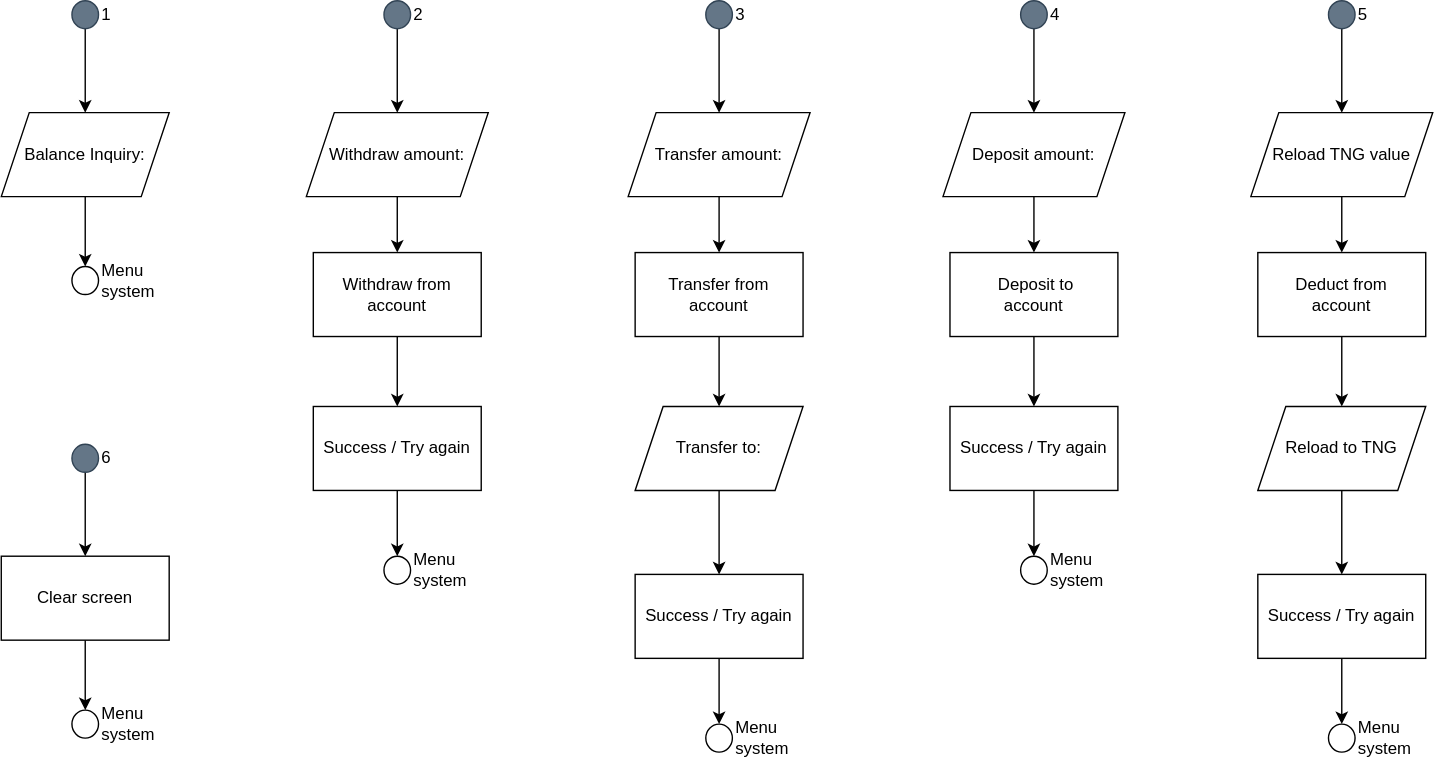
Before: flowchart diagrams/menu system.svg, a diagram exported from draw.io (bropenguin847/ATM_CPP). Source tidied: cells renumbered, new cells last; positions are measured from the earlier drawing's top-left corner, leaving out a move shared by most shapes.
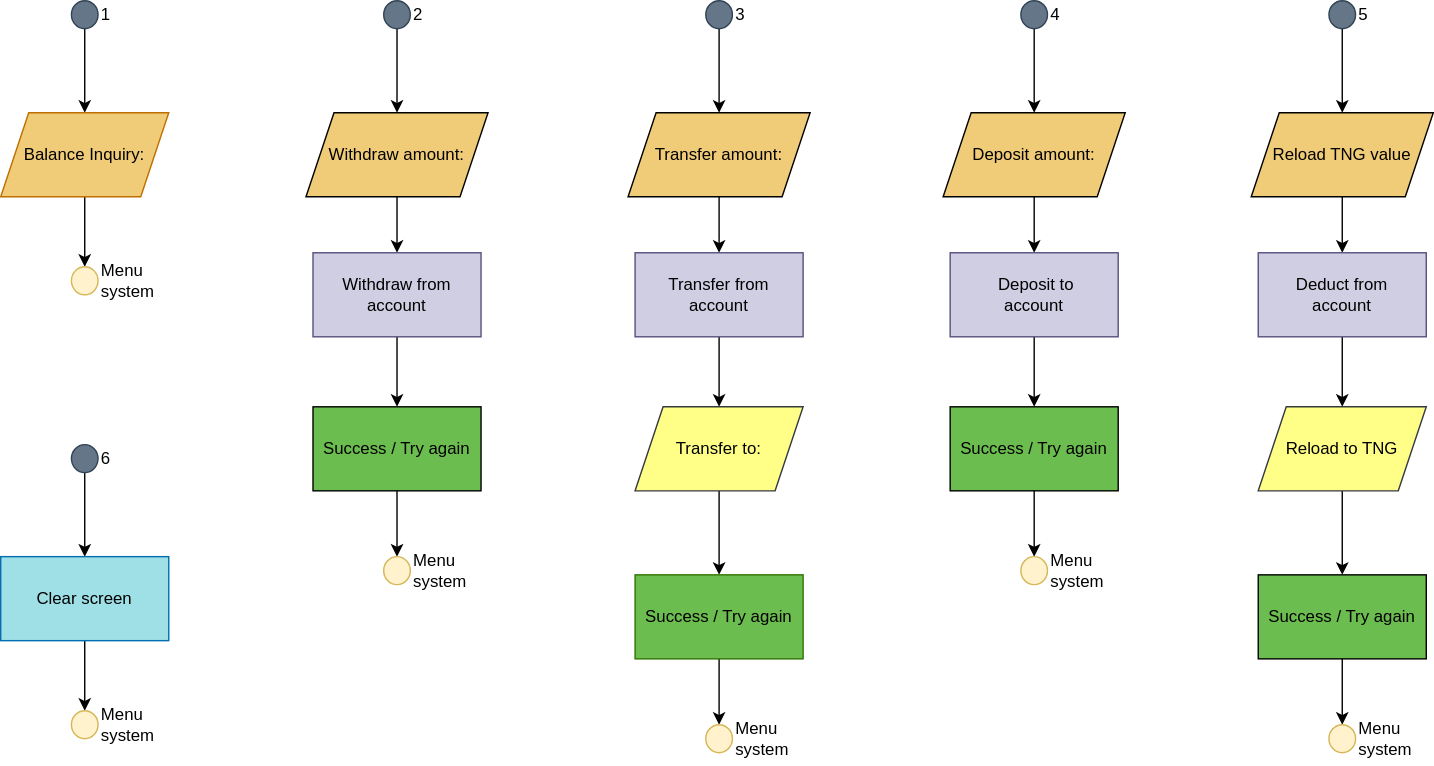
Later version of the same file.

Diff of the diagram source:
```diff
@@ -11,10 +11,10 @@
     <mxCell id="4" style="edgeStyle=orthogonalEdgeStyle;rounded=0;jettySize=auto;html=1;fontColor=#000000;" parent="1" edge="1" source="5" target="6">
       <mxGeometry relative="1" as="geometry" />
     </mxCell>
-    <mxCell id="5" value="Balance Inquiry:" style="shape=parallelogram;perimeter=parallelogramPerimeter;whiteSpace=wrap;html=1;fixedSize=1;align=center;" parent="1" vertex="1">
+    <mxCell id="5" value="Balance Inquiry:" style="shape=parallelogram;perimeter=parallelogramPerimeter;whiteSpace=wrap;html=1;fixedSize=1;align=center;fillColor=#F0CC78;fontColor=#000000;strokeColor=#BD7000;" parent="1" vertex="1">
       <mxGeometry y="80" width="120" height="60" as="geometry" />
     </mxCell>
-    <mxCell id="6" value="Menu system" style="ellipse;whiteSpace=wrap;html=1;labelPosition=right;verticalLabelPosition=middle;align=left;verticalAlign=middle;" parent="1" vertex="1">
+    <mxCell id="6" value="Menu system" style="ellipse;whiteSpace=wrap;html=1;labelPosition=right;verticalLabelPosition=middle;align=left;verticalAlign=middle;fillColor=#fff2cc;strokeColor=#d6b656;" parent="1" vertex="1">
       <mxGeometry x="50.5" y="190" width="19" height="20" as="geometry" />
     </mxCell>
     <mxCell id="7" style="edgeStyle=orthogonalEdgeStyle;rounded=0;jettySize=auto;html=1;fontColor=#000000;" parent="1" edge="1" source="8" target="10">
@@ -26,13 +26,13 @@
     <mxCell id="9" style="edgeStyle=orthogonalEdgeStyle;rounded=0;jettySize=auto;html=1;fontColor=#000000;" parent="1" edge="1" source="10" target="12">
       <mxGeometry relative="1" as="geometry" />
     </mxCell>
-    <mxCell id="10" value="Withdraw amount:" style="shape=parallelogram;perimeter=parallelogramPerimeter;whiteSpace=wrap;html=1;fixedSize=1;align=center;" parent="1" vertex="1">
+    <mxCell id="10" value="Withdraw amount:" style="shape=parallelogram;perimeter=parallelogramPerimeter;whiteSpace=wrap;html=1;fixedSize=1;align=center;fillColor=#F0CC78;" parent="1" vertex="1">
       <mxGeometry x="218" y="80" width="130" height="60" as="geometry" />
     </mxCell>
     <mxCell id="11" style="edgeStyle=orthogonalEdgeStyle;rounded=0;jettySize=auto;html=1;" parent="1" edge="1" source="12" target="30">
       <mxGeometry relative="1" as="geometry" />
     </mxCell>
-    <mxCell id="12" value="Withdraw from account" style="whiteSpace=wrap;html=1;" parent="1" vertex="1">
+    <mxCell id="12" value="Withdraw from account" style="whiteSpace=wrap;html=1;fillColor=#d0cee2;strokeColor=#56517e;" parent="1" vertex="1">
       <mxGeometry x="223" y="180" width="120" height="60" as="geometry" />
     </mxCell>
     <mxCell id="13" style="edgeStyle=orthogonalEdgeStyle;rounded=0;jettySize=auto;html=1;fontColor=#000000;" parent="1" edge="1" source="14" target="16">
@@ -44,13 +44,13 @@
     <mxCell id="15" style="edgeStyle=orthogonalEdgeStyle;rounded=0;jettySize=auto;html=1;fontColor=#000000;" parent="1" edge="1" source="16" target="18">
       <mxGeometry relative="1" as="geometry" />
     </mxCell>
-    <mxCell id="16" value="Transfer amount:" style="shape=parallelogram;perimeter=parallelogramPerimeter;whiteSpace=wrap;html=1;fixedSize=1;align=center;" parent="1" vertex="1">
+    <mxCell id="16" value="Transfer amount:" style="shape=parallelogram;perimeter=parallelogramPerimeter;whiteSpace=wrap;html=1;fixedSize=1;align=center;fillColor=#F0CC78;" parent="1" vertex="1">
       <mxGeometry x="448" y="80" width="130" height="60" as="geometry" />
     </mxCell>
     <mxCell id="17" style="edgeStyle=orthogonalEdgeStyle;rounded=0;jettySize=auto;html=1;" parent="1" edge="1" source="18" target="24">
       <mxGeometry relative="1" as="geometry" />
     </mxCell>
-    <mxCell id="18" value="Transfer from&lt;br&gt;account" style="whiteSpace=wrap;html=1;" parent="1" vertex="1">
+    <mxCell id="18" value="Transfer from&lt;br&gt;account" style="whiteSpace=wrap;html=1;fillColor=#d0cee2;strokeColor=#56517e;" parent="1" vertex="1">
       <mxGeometry x="453" y="180" width="120" height="60" as="geometry" />
     </mxCell>
     <mxCell id="19" style="edgeStyle=orthogonalEdgeStyle;rounded=0;jettySize=auto;html=1;fontColor=#000000;" parent="1" edge="1" target="22">
@@ -68,16 +68,16 @@
         <mxPoint x="513" y="537" as="targetPoint" />
       </mxGeometry>
     </mxCell>
-    <mxCell id="22" value="Menu system" style="ellipse;whiteSpace=wrap;html=1;labelPosition=right;verticalLabelPosition=middle;align=left;verticalAlign=middle;" parent="1" vertex="1">
+    <mxCell id="22" value="Menu system" style="ellipse;whiteSpace=wrap;html=1;labelPosition=right;verticalLabelPosition=middle;align=left;verticalAlign=middle;fillColor=#fff2cc;strokeColor=#d6b656;" parent="1" vertex="1">
       <mxGeometry x="503.5" y="517" width="19" height="20" as="geometry" />
     </mxCell>
     <mxCell id="23" style="edgeStyle=orthogonalEdgeStyle;rounded=0;jettySize=auto;html=1;" parent="1" edge="1" source="24" target="25">
       <mxGeometry relative="1" as="geometry" />
     </mxCell>
-    <mxCell id="24" value="Transfer to:" style="shape=parallelogram;perimeter=parallelogramPerimeter;whiteSpace=wrap;html=1;fixedSize=1;" parent="1" vertex="1">
+    <mxCell id="24" value="Transfer to:" style="shape=parallelogram;perimeter=parallelogramPerimeter;whiteSpace=wrap;html=1;fixedSize=1;fillColor=#ffff88;strokeColor=#36393d;" parent="1" vertex="1">
       <mxGeometry x="453" y="290" width="120" height="60" as="geometry" />
     </mxCell>
-    <mxCell id="25" value="Success / Try again" style="whiteSpace=wrap;html=1;" parent="1" vertex="1">
+    <mxCell id="25" value="Success / Try again" style="whiteSpace=wrap;html=1;fillColor=#6CBD4F;fontColor=#000000;strokeColor=#2D7600;" parent="1" vertex="1">
       <mxGeometry x="453" y="410" width="120" height="60" as="geometry" />
     </mxCell>
     <mxCell id="26" style="edgeStyle=orthogonalEdgeStyle;rounded=0;jettySize=auto;html=1;fontColor=#000000;" parent="1" edge="1" target="29">
@@ -95,10 +95,10 @@
         <mxPoint x="283" y="417" as="targetPoint" />
       </mxGeometry>
     </mxCell>
-    <mxCell id="29" value="Menu system" style="ellipse;whiteSpace=wrap;html=1;labelPosition=right;verticalLabelPosition=middle;align=left;verticalAlign=middle;" parent="1" vertex="1">
+    <mxCell id="29" value="Menu system" style="ellipse;whiteSpace=wrap;html=1;labelPosition=right;verticalLabelPosition=middle;align=left;verticalAlign=middle;fillColor=#fff2cc;strokeColor=#d6b656;" parent="1" vertex="1">
       <mxGeometry x="273.5" y="397" width="19" height="20" as="geometry" />
     </mxCell>
-    <mxCell id="30" value="Success / Try again" style="whiteSpace=wrap;html=1;" parent="1" vertex="1">
+    <mxCell id="30" value="Success / Try again" style="whiteSpace=wrap;html=1;fillColor=#6CBD4F;" parent="1" vertex="1">
       <mxGeometry x="223" y="290" width="120" height="60" as="geometry" />
     </mxCell>
     <mxCell id="31" style="edgeStyle=orthogonalEdgeStyle;rounded=0;jettySize=auto;html=1;fontColor=#000000;" parent="1" edge="1" source="32" target="34">
@@ -110,13 +110,13 @@
     <mxCell id="33" style="edgeStyle=orthogonalEdgeStyle;rounded=0;jettySize=auto;html=1;fontColor=#000000;" parent="1" edge="1" source="34" target="36">
       <mxGeometry relative="1" as="geometry" />
     </mxCell>
-    <mxCell id="34" value="Deposit amount:" style="shape=parallelogram;perimeter=parallelogramPerimeter;whiteSpace=wrap;html=1;fixedSize=1;align=center;" parent="1" vertex="1">
+    <mxCell id="34" value="Deposit amount:" style="shape=parallelogram;perimeter=parallelogramPerimeter;whiteSpace=wrap;html=1;fixedSize=1;align=center;fillColor=#F0CC78;" parent="1" vertex="1">
       <mxGeometry x="673" y="80" width="130" height="60" as="geometry" />
     </mxCell>
     <mxCell id="35" style="edgeStyle=orthogonalEdgeStyle;rounded=0;jettySize=auto;html=1;" parent="1" edge="1" source="36" target="41">
       <mxGeometry relative="1" as="geometry" />
     </mxCell>
-    <mxCell id="36" value="&amp;nbsp;Deposit to&lt;br&gt;account" style="whiteSpace=wrap;html=1;" parent="1" vertex="1">
+    <mxCell id="36" value="&amp;nbsp;Deposit to&lt;br&gt;account" style="whiteSpace=wrap;html=1;fillColor=#d0cee2;strokeColor=#56517e;" parent="1" vertex="1">
       <mxGeometry x="678" y="180" width="120" height="60" as="geometry" />
     </mxCell>
     <mxCell id="37" style="edgeStyle=orthogonalEdgeStyle;rounded=0;jettySize=auto;html=1;fontColor=#000000;" parent="1" edge="1" target="40">
@@ -134,10 +134,10 @@
         <mxPoint x="738" y="417" as="targetPoint" />
       </mxGeometry>
     </mxCell>
-    <mxCell id="40" value="Menu system" style="ellipse;whiteSpace=wrap;html=1;labelPosition=right;verticalLabelPosition=middle;align=left;verticalAlign=middle;" parent="1" vertex="1">
+    <mxCell id="40" value="Menu system" style="ellipse;whiteSpace=wrap;html=1;labelPosition=right;verticalLabelPosition=middle;align=left;verticalAlign=middle;fillColor=#fff2cc;strokeColor=#d6b656;" parent="1" vertex="1">
       <mxGeometry x="728.5" y="397" width="19" height="20" as="geometry" />
     </mxCell>
-    <mxCell id="41" value="Success / Try again" style="whiteSpace=wrap;html=1;" parent="1" vertex="1">
+    <mxCell id="41" value="Success / Try again" style="whiteSpace=wrap;html=1;fillColor=#6CBD4F;" parent="1" vertex="1">
       <mxGeometry x="678" y="290" width="120" height="60" as="geometry" />
     </mxCell>
     <mxCell id="42" style="edgeStyle=orthogonalEdgeStyle;rounded=0;jettySize=auto;html=1;fontColor=#000000;" parent="1" edge="1" source="43" target="45">
@@ -149,13 +149,13 @@
     <mxCell id="44" style="edgeStyle=orthogonalEdgeStyle;rounded=0;jettySize=auto;html=1;fontColor=#000000;" parent="1" edge="1" source="45" target="47">
       <mxGeometry relative="1" as="geometry" />
     </mxCell>
-    <mxCell id="45" value="Reload TNG value" style="shape=parallelogram;perimeter=parallelogramPerimeter;whiteSpace=wrap;html=1;fixedSize=1;align=center;" parent="1" vertex="1">
+    <mxCell id="45" value="Reload TNG value" style="shape=parallelogram;perimeter=parallelogramPerimeter;whiteSpace=wrap;html=1;fixedSize=1;align=center;fillColor=#F0CC78;" parent="1" vertex="1">
       <mxGeometry x="893" y="80" width="130" height="60" as="geometry" />
     </mxCell>
     <mxCell id="46" style="edgeStyle=orthogonalEdgeStyle;rounded=0;jettySize=auto;html=1;" parent="1" edge="1" source="47" target="53">
       <mxGeometry relative="1" as="geometry" />
     </mxCell>
-    <mxCell id="47" value="Deduct from&lt;br&gt;account" style="whiteSpace=wrap;html=1;" parent="1" vertex="1">
+    <mxCell id="47" value="Deduct from&lt;br&gt;account" style="whiteSpace=wrap;html=1;fillColor=#d0cee2;strokeColor=#56517e;" parent="1" vertex="1">
       <mxGeometry x="898" y="180" width="120" height="60" as="geometry" />
     </mxCell>
     <mxCell id="48" style="edgeStyle=orthogonalEdgeStyle;rounded=0;jettySize=auto;html=1;fontColor=#000000;" parent="1" edge="1" target="51">
@@ -173,16 +173,16 @@
         <mxPoint x="958" y="537" as="targetPoint" />
       </mxGeometry>
     </mxCell>
-    <mxCell id="51" value="Menu system" style="ellipse;whiteSpace=wrap;html=1;labelPosition=right;verticalLabelPosition=middle;align=left;verticalAlign=middle;" parent="1" vertex="1">
+    <mxCell id="51" value="Menu system" style="ellipse;whiteSpace=wrap;html=1;labelPosition=right;verticalLabelPosition=middle;align=left;verticalAlign=middle;fillColor=#fff2cc;strokeColor=#d6b656;" parent="1" vertex="1">
       <mxGeometry x="948.5" y="517" width="19" height="20" as="geometry" />
     </mxCell>
     <mxCell id="52" style="edgeStyle=orthogonalEdgeStyle;rounded=0;jettySize=auto;html=1;" parent="1" edge="1" source="53" target="54">
       <mxGeometry relative="1" as="geometry" />
     </mxCell>
-    <mxCell id="53" value="Reload to TNG" style="shape=parallelogram;perimeter=parallelogramPerimeter;whiteSpace=wrap;html=1;fixedSize=1;" parent="1" vertex="1">
+    <mxCell id="53" value="Reload to TNG" style="shape=parallelogram;perimeter=parallelogramPerimeter;whiteSpace=wrap;html=1;fixedSize=1;fillColor=#ffff88;strokeColor=#36393d;" parent="1" vertex="1">
       <mxGeometry x="898" y="290" width="120" height="60" as="geometry" />
     </mxCell>
-    <mxCell id="54" value="Success / Try again" style="whiteSpace=wrap;html=1;" parent="1" vertex="1">
+    <mxCell id="54" value="Success / Try again" style="whiteSpace=wrap;html=1;fillColor=#6CBD4F;" parent="1" vertex="1">
       <mxGeometry x="898" y="410" width="120" height="60" as="geometry" />
     </mxCell>
     <mxCell id="55" style="edgeStyle=orthogonalEdgeStyle;rounded=0;jettySize=auto;html=1;" parent="1" edge="1" source="56" target="59">
@@ -196,10 +196,10 @@
         <mxPoint x="60" y="457" as="sourcePoint" />
       </mxGeometry>
     </mxCell>
-    <mxCell id="58" value="Menu system" style="ellipse;whiteSpace=wrap;html=1;labelPosition=right;verticalLabelPosition=middle;align=left;verticalAlign=middle;" parent="1" vertex="1">
+    <mxCell id="58" value="Menu system" style="ellipse;whiteSpace=wrap;html=1;labelPosition=right;verticalLabelPosition=middle;align=left;verticalAlign=middle;fillColor=#fff2cc;strokeColor=#d6b656;" parent="1" vertex="1">
       <mxGeometry x="50.5" y="507" width="19" height="20" as="geometry" />
     </mxCell>
-    <mxCell id="59" value="Clear screen" style="whiteSpace=wrap;html=1;align=center;" parent="1" vertex="1">
+    <mxCell id="59" value="Clear screen" style="whiteSpace=wrap;html=1;align=center;fillColor=#9FDFE6;fontColor=#000000;strokeColor=#006EAF;" parent="1" vertex="1">
       <mxGeometry y="397" width="120" height="60" as="geometry" />
     </mxCell>
   </root>
```
